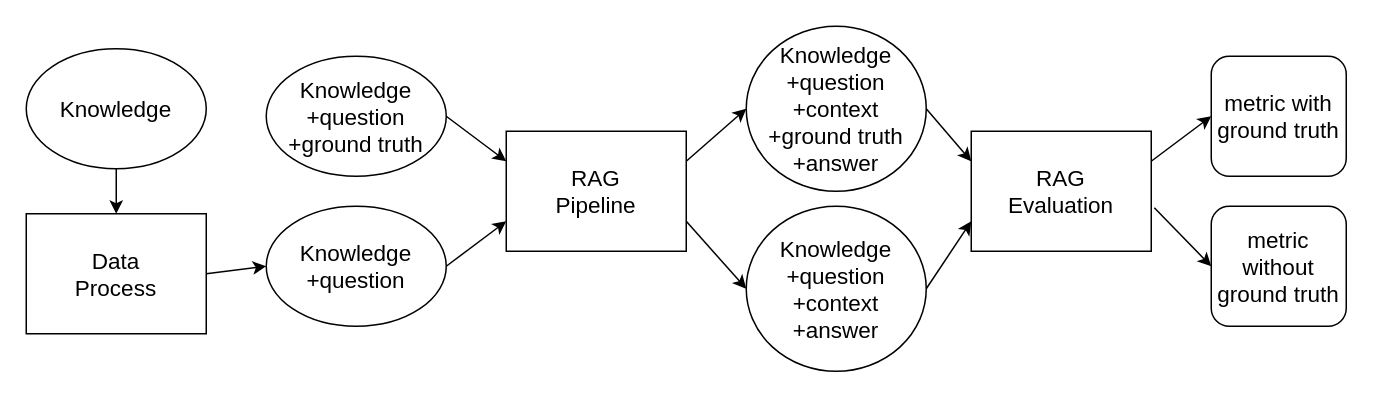
Before: rag/rageval.drawio in linqinluli/picture_draw, a draw.io diagram. Source tidied: cells renumbered, new cells numbered last; positions are measured from the earlier drawing's top-left corner, leaving out a move shared by most shapes. Both pictures are drawn from the tidied source at 150%, with x=0, y=0 at pixel (26, 26).
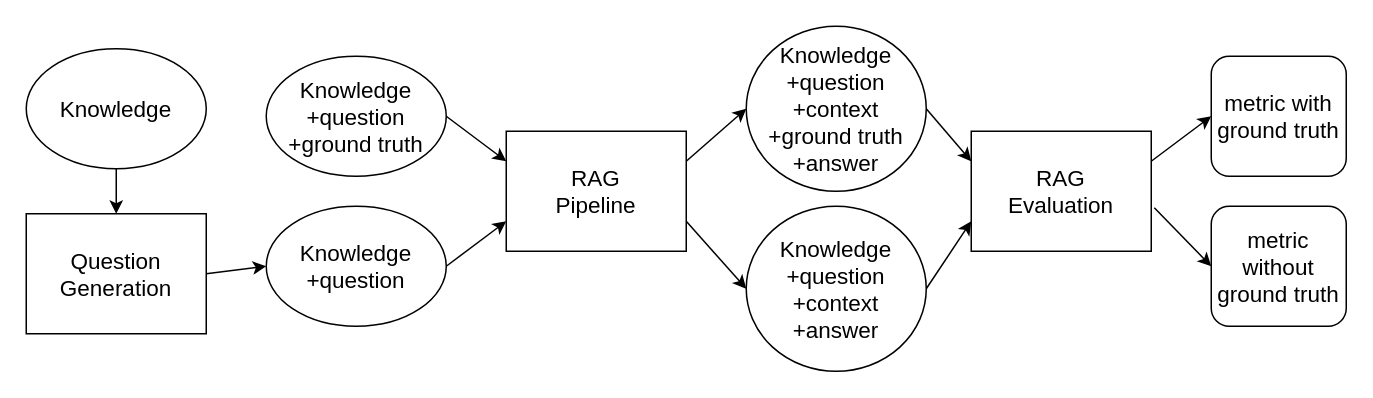
The same page after the edit.

Diff of the diagram source:
```diff
@@
-    <mxCell id="3" value="Data&lt;div style=&quot;font-size: 15px;&quot;&gt;Process&lt;/div&gt;" style="rounded=0;whiteSpace=wrap;html=1;fontSize=15;" parent="1" vertex="1">
+    <mxCell id="3" value="Question&lt;div&gt;Generation&lt;/div&gt;" style="rounded=0;whiteSpace=wrap;html=1;fontSize=15;" parent="1" vertex="1">
       <mxGeometry y="125" width="120" height="80" as="geometry" />
     </mxCell>
```
